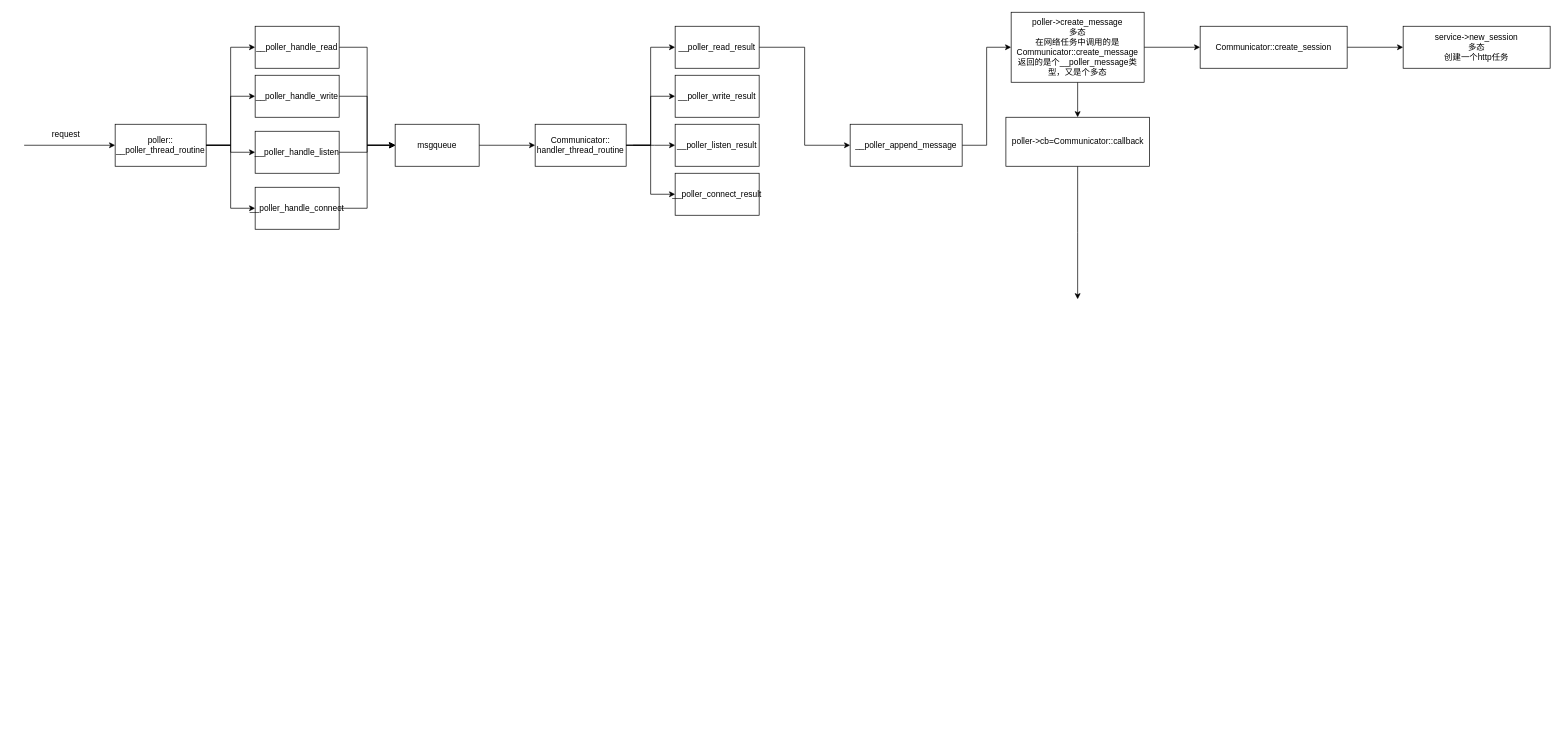
Above: page "Page-3" (3 of 3) of Untitled Diagram.drawio in doudou215/regret_q_learning (draw.io), before the change. Source tidied: cells renumbered, new cells numbered last; positions are measured from the earlier drawing's top-left corner, leaving out a move shared by most shapes. Both pictures are drawn from the tidied source at 70%, with x=0, y=0 at pixel (24, 12).
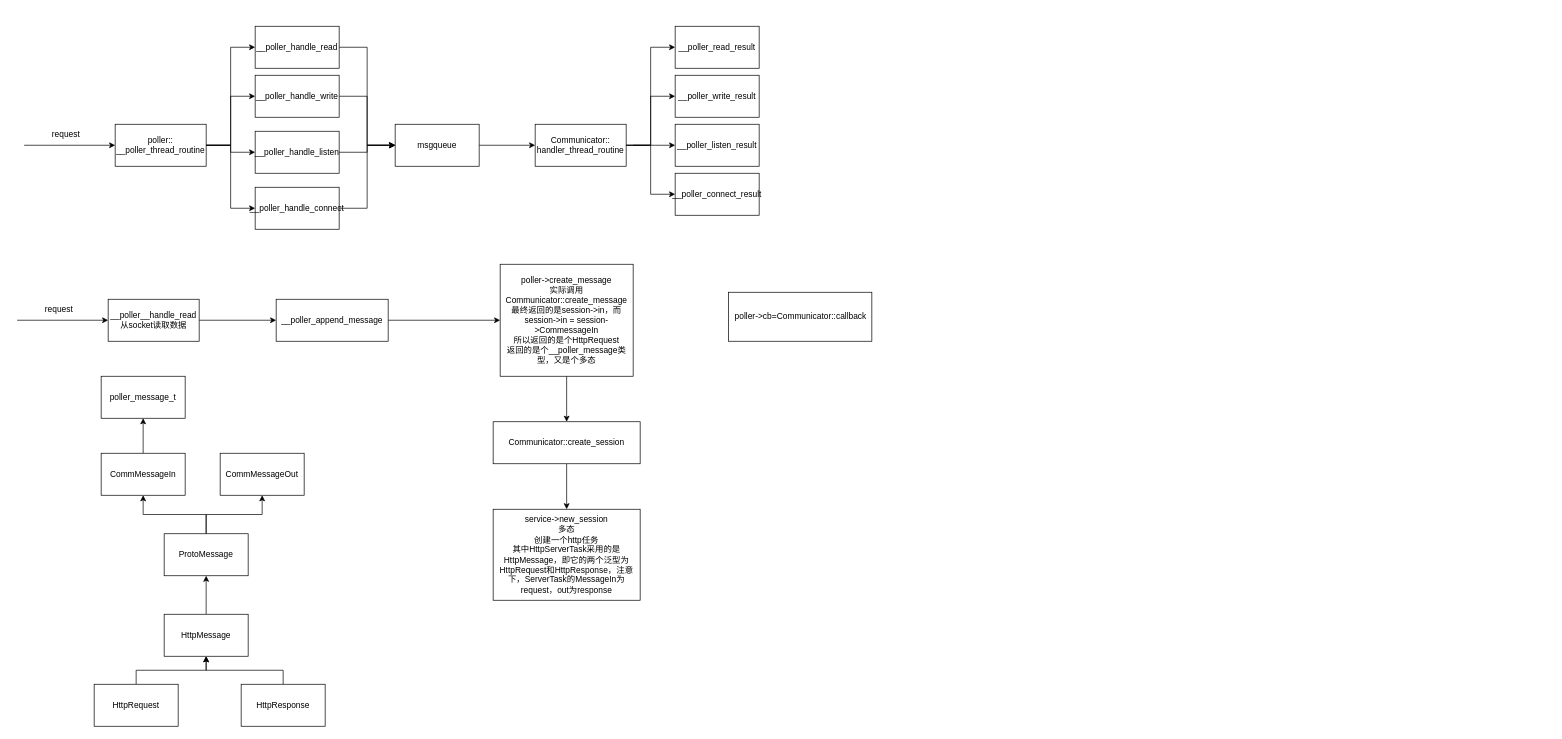
After the change.

The change refers to these unchanged cells:
```xml
<mxCell id="22" value="__poller_read_result" style="rounded=0;whiteSpace=wrap;html=1;" parent="1" vertex="1">
  <mxGeometry x="930" y="20" width="120" height="60" as="geometry" />
</mxCell>
```

Diff of the diagram source:
```diff
@@
-    <mxCell id="21" style="edgeStyle=orthogonalEdgeStyle;rounded=0;jettySize=auto;html=1;entryX=0;entryY=0.5;entryDx=0;entryDy=0;startArrow=none;startFill=0;endArrow=classic;endFill=1;" parent="1" edge="1" source="22" target="30">
-      <mxGeometry relative="1" as="geometry" />
-    </mxCell>
@@
     <mxCell id="30" value="__poller_append_message" style="rounded=0;whiteSpace=wrap;html=1;" parent="1" vertex="1">
-      <mxGeometry x="1180" y="160" width="160" height="60" as="geometry" />
+      <mxGeometry x="360" y="410" width="160" height="60" as="geometry" />
     </mxCell>
-    <mxCell id="31" style="edgeStyle=orthogonalEdgeStyle;rounded=0;jettySize=auto;html=1;startArrow=none;startFill=0;endArrow=classic;endFill=1;" parent="1" edge="1" source="33" target="35">
+    <mxCell id="31" style="edgeStyle=orthogonalEdgeStyle;rounded=0;jettySize=auto;html=1;" parent="1" edge="1" source="33" target="35">
       <mxGeometry relative="1" as="geometry" />
     </mxCell>
-    <mxCell id="32" style="edgeStyle=orthogonalEdgeStyle;rounded=0;jettySize=auto;html=1;startArrow=none;startFill=0;endArrow=classic;endFill=1;" parent="1" edge="1" source="33" target="38">
-      <mxGeometry relative="1" as="geometry" />
-    </mxCell>
-    <mxCell id="33" value="poller-&amp;gt;create_message&lt;br&gt;多态&lt;br&gt;在网络任务中调用的是&lt;br&gt;Communicator::create_message&lt;br&gt;返回的是个__poller_message类型，又是个多态" style="rounded=0;whiteSpace=wrap;html=1;" parent="1" vertex="1">
-      <mxGeometry x="1410" width="190" height="100" as="geometry" />
+    <mxCell id="33" value="poller-&amp;gt;create_message&lt;br&gt;实际调用&lt;br&gt;Communicator::create_message&lt;br&gt;最终返回的是session-&amp;gt;in，而session-&amp;gt;in = session-&amp;gt;CommessageIn&lt;br&gt;所以返回的是个HttpRequest&lt;br&gt;返回的是个__poller_message类型，又是个多态" style="rounded=0;whiteSpace=wrap;html=1;" parent="1" vertex="1">
+      <mxGeometry x="680" y="360" width="190" height="160" as="geometry" />
     </mxCell>
-    <mxCell id="34" style="edgeStyle=orthogonalEdgeStyle;rounded=0;jettySize=auto;html=1;startArrow=none;startFill=0;endArrow=classic;endFill=1;" parent="1" edge="1" source="35" target="36">
+    <mxCell id="34" style="edgeStyle=orthogonalEdgeStyle;rounded=0;jettySize=auto;html=1;" parent="1" edge="1" source="35" target="36">
       <mxGeometry relative="1" as="geometry" />
     </mxCell>
     <mxCell id="35" value="Communicator::create_session" style="rounded=0;whiteSpace=wrap;html=1;" parent="1" vertex="1">
-      <mxGeometry x="1680" y="20" width="210" height="60" as="geometry" />
+      <mxGeometry x="670" y="585" width="210" height="60" as="geometry" />
     </mxCell>
-    <mxCell id="36" value="service-&amp;gt;new_session&lt;br&gt;多态&lt;br&gt;创建一个http任务" style="rounded=0;whiteSpace=wrap;html=1;" parent="1" vertex="1">
-      <mxGeometry x="1970" y="20" width="210" height="60" as="geometry" />
+    <mxCell id="36" value="service-&amp;gt;new_session&lt;br&gt;多态&lt;br&gt;创建一个http任务&lt;br&gt;其中HttpServerTask采用的是HttpMessage，即它的两个泛型为HttpRequest和HttpResponse，注意下，ServerTask的MessageIn为request，out为response" style="rounded=0;whiteSpace=wrap;html=1;" parent="1" vertex="1">
+      <mxGeometry x="670" y="710" width="210" height="130" as="geometry" />
     </mxCell>
-    <mxCell id="37" style="edgeStyle=orthogonalEdgeStyle;rounded=0;jettySize=auto;html=1;startArrow=none;startFill=0;endArrow=classic;endFill=1;" parent="1" edge="1" source="38">
-      <mxGeometry relative="1" as="geometry">
-        <mxPoint x="1505" y="410" as="targetPoint" />
-      </mxGeometry>
-    </mxCell>
     <mxCell id="38" value="poller-&amp;gt;cb=Communicator::callback" style="html=1;" parent="1" vertex="1">
-      <mxGeometry x="1402.5" y="150" width="205" height="70" as="geometry" />
+      <mxGeometry x="1006" y="400" width="205" height="70" as="geometry" />
     </mxCell>
+    <mxCell id="39" style="endArrow=classic;html=1;rounded=0;" parent="1" edge="1">
+      <mxGeometry relative="1" as="geometry">
+        <mxPoint x="-10" y="440" as="sourcePoint" />
+        <mxPoint x="120" y="440" as="targetPoint" />
+      </mxGeometry>
+    </mxCell>
+    <mxCell id="40" style="edgeStyle=orthogonalEdgeStyle;rounded=0;jettySize=auto;html=1;" parent="1" edge="1" source="41" target="30">
+      <mxGeometry relative="1" as="geometry" />
+    </mxCell>
+    <mxCell id="41" value="__poller__handle_read&lt;br&gt;从socket读取数据" style="rounded=0;whiteSpace=wrap;html=1;" parent="1" vertex="1">
+      <mxGeometry x="120" y="410" width="130" height="60" as="geometry" />
+    </mxCell>
+    <mxCell id="42" value="request" style="text;html=1;strokeColor=none;fillColor=none;align=center;verticalAlign=middle;whiteSpace=wrap;rounded=0;" parent="1" vertex="1">
+      <mxGeometry x="20" y="410" width="60" height="30" as="geometry" />
+    </mxCell>
+    <mxCell id="43" style="edgeStyle=orthogonalEdgeStyle;rounded=0;jettySize=auto;html=1;" parent="1" edge="1" source="44" target="54">
+      <mxGeometry relative="1" as="geometry" />
+    </mxCell>
+    <mxCell id="44" value="HttpMessage" style="rounded=0;whiteSpace=wrap;html=1;" parent="1" vertex="1">
+      <mxGeometry x="200" y="860" width="120" height="60" as="geometry" />
+    </mxCell>
+    <mxCell id="45" style="edgeStyle=orthogonalEdgeStyle;rounded=0;jettySize=auto;html=1;entryX=0.5;entryY=1;entryDx=0;entryDy=0;" parent="1" edge="1" source="46" target="44">
+      <mxGeometry relative="1" as="geometry" />
+    </mxCell>
+    <mxCell id="46" value="HttpRequest" style="rounded=0;whiteSpace=wrap;html=1;" parent="1" vertex="1">
+      <mxGeometry x="100" y="960" width="120" height="60" as="geometry" />
+    </mxCell>
+    <mxCell id="47" style="edgeStyle=orthogonalEdgeStyle;rounded=0;jettySize=auto;html=1;entryX=0.5;entryY=1;entryDx=0;entryDy=0;" parent="1" edge="1" source="48" target="44">
+      <mxGeometry relative="1" as="geometry" />
+    </mxCell>
+    <mxCell id="48" value="HttpResponse" style="rounded=0;whiteSpace=wrap;html=1;" parent="1" vertex="1">
+      <mxGeometry x="310" y="960" width="120" height="60" as="geometry" />
+    </mxCell>
+    <mxCell id="49" value="CommMessageOut" style="rounded=0;whiteSpace=wrap;html=1;" parent="1" vertex="1">
+      <mxGeometry x="280" y="630" width="120" height="60" as="geometry" />
+    </mxCell>
+    <mxCell id="50" style="edgeStyle=orthogonalEdgeStyle;rounded=0;jettySize=auto;html=1;" parent="1" edge="1" source="51" target="55">
+      <mxGeometry relative="1" as="geometry" />
+    </mxCell>
+    <mxCell id="51" value="CommMessageIn" style="rounded=0;whiteSpace=wrap;html=1;" parent="1" vertex="1">
+      <mxGeometry x="110" y="630" width="120" height="60" as="geometry" />
+    </mxCell>
+    <mxCell id="52" style="edgeStyle=orthogonalEdgeStyle;rounded=0;jettySize=auto;html=1;entryX=0.5;entryY=1;entryDx=0;entryDy=0;" parent="1" edge="1" source="54" target="51">
+      <mxGeometry relative="1" as="geometry" />
+    </mxCell>
+    <mxCell id="53" style="edgeStyle=orthogonalEdgeStyle;rounded=0;jettySize=auto;html=1;entryX=0.5;entryY=1;entryDx=0;entryDy=0;" parent="1" edge="1" source="54" target="49">
+      <mxGeometry relative="1" as="geometry" />
+    </mxCell>
+    <mxCell id="54" value="ProtoMessage" style="rounded=0;whiteSpace=wrap;html=1;" parent="1" vertex="1">
+      <mxGeometry x="200" y="745" width="120" height="60" as="geometry" />
+    </mxCell>
+    <mxCell id="55" value="poller_message_t" style="rounded=0;whiteSpace=wrap;html=1;" parent="1" vertex="1">
+      <mxGeometry x="110" y="520" width="120" height="60" as="geometry" />
+    </mxCell>
```
